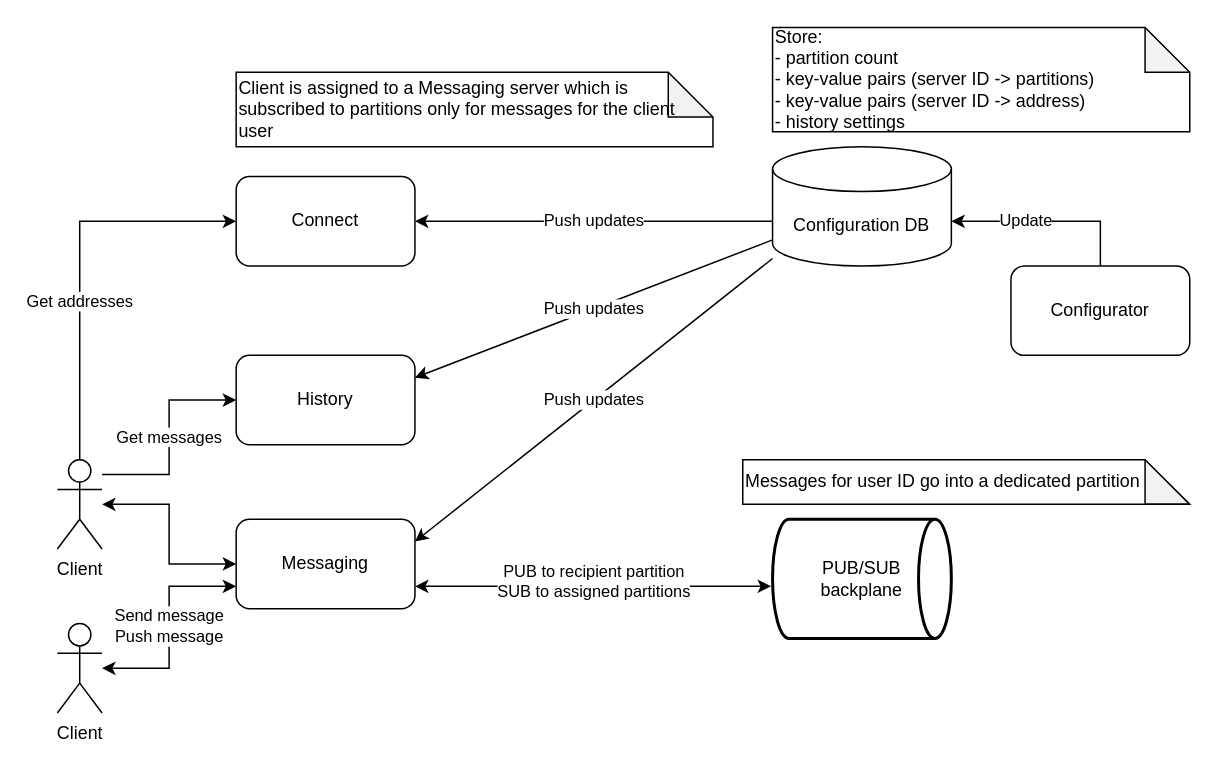
Above: docs/diagrams/cecochat-05-configuration.drawio in cvetomir-todorov/CecoChat (draw.io), before the change. Source tidied: cells renumbered, new cells numbered last; positions are measured from the earlier drawing's top-left corner, leaving out a move shared by most shapes. Both pictures are drawn from the tidied source at 149%, with x=0, y=0 at pixel (57, 27).
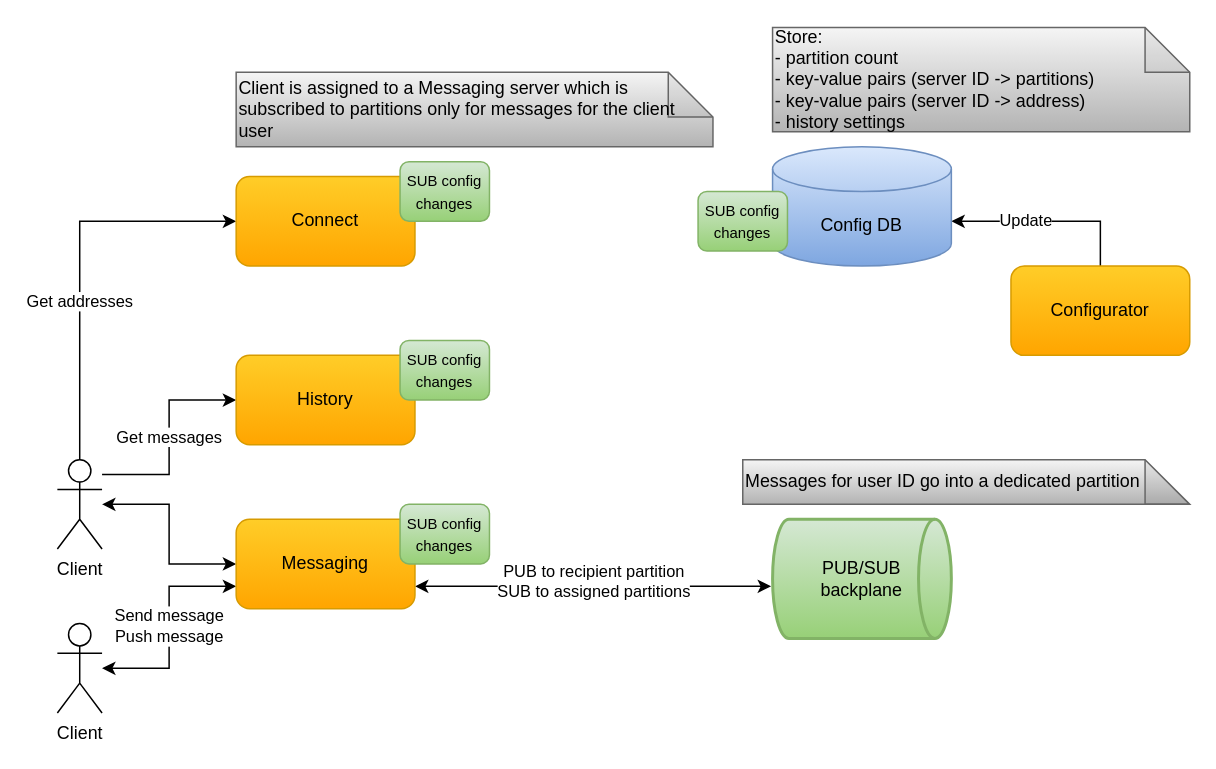
After the change.

What changed in the source:
```diff
@@
-    <mxCell id="9" value="&lt;font style=&quot;font-size: 12px&quot;&gt;Messaging&lt;/font&gt;" style="rounded=1;whiteSpace=wrap;html=1;" parent="1" vertex="1">
+    <mxCell id="9" value="&lt;font style=&quot;font-size: 12px&quot;&gt;Messaging&lt;/font&gt;" style="rounded=1;whiteSpace=wrap;html=1;gradientColor=#ffa500;fillColor=#ffcd28;strokeColor=#d79b00;" parent="1" vertex="1">
       <mxGeometry x="120" y="330" width="120" height="60" as="geometry" />
     </mxCell>
-    <mxCell id="10" value="PUB/SUB&lt;br&gt;backplane" style="strokeWidth=2;html=1;shape=mxgraph.flowchart.direct_data;whiteSpace=wrap;" parent="1" vertex="1">
+    <mxCell id="10" value="PUB/SUB&lt;br&gt;backplane" style="strokeWidth=2;html=1;shape=mxgraph.flowchart.direct_data;whiteSpace=wrap;gradientColor=#97d077;fillColor=#d5e8d4;strokeColor=#82b366;" parent="1" vertex="1">
       <mxGeometry x="480" y="330" width="120" height="80" as="geometry" />
     </mxCell>
-    <mxCell id="11" value="Push updates" style="edgeStyle=orthogonalEdgeStyle;rounded=0;jettySize=auto;html=1;entryX=0;entryY=0.5;entryDx=0;entryDy=0;entryPerimeter=0;exitX=1;exitY=0.5;exitDx=0;exitDy=0;startArrow=classic;startFill=1;endArrow=none;endFill=0;" parent="1" edge="1" source="12">
-      <mxGeometry relative="1" as="geometry">
-        <mxPoint x="480" y="130" as="targetPoint" />
-        <Array as="points">
-          <mxPoint x="360" y="130" />
-          <mxPoint x="360" y="130" />
-        </Array>
-      </mxGeometry>
-    </mxCell>
-    <mxCell id="12" value="&lt;font style=&quot;font-size: 12px&quot;&gt;Connect&lt;/font&gt;" style="rounded=1;whiteSpace=wrap;html=1;" parent="1" vertex="1">
+    <mxCell id="12" value="&lt;font style=&quot;font-size: 12px&quot;&gt;Connect&lt;/font&gt;" style="rounded=1;whiteSpace=wrap;html=1;gradientColor=#ffa500;fillColor=#ffcd28;strokeColor=#d79b00;" parent="1" vertex="1">
       <mxGeometry x="120" y="100" width="120" height="60" as="geometry" />
     </mxCell>
@@
-    <mxCell id="14" value="Configurator" style="rounded=1;whiteSpace=wrap;html=1;" parent="1" vertex="1">
+    <mxCell id="14" value="Configurator" style="rounded=1;whiteSpace=wrap;html=1;gradientColor=#ffa500;fillColor=#ffcd28;strokeColor=#d79b00;" parent="1" vertex="1">
       <mxGeometry x="640" y="160" width="120" height="60" as="geometry" />
     </mxCell>
-    <mxCell id="15" value="Push updates" style="endArrow=classic;html=1;exitX=0;exitY=1;exitDx=0;exitDy=-15;entryX=1;entryY=0.25;entryDx=0;entryDy=0;exitPerimeter=0;" parent="1" edge="1" target="9">
-      <mxGeometry relative="1" as="geometry">
-        <mxPoint x="480" y="155" as="sourcePoint" />
-      </mxGeometry>
-    </mxCell>
-    <mxCell id="16" value="Configuration DB" style="shape=cylinder3;whiteSpace=wrap;html=1;boundedLbl=1;backgroundOutline=1;size=15;" parent="1" vertex="1">
+    <mxCell id="16" value="Config DB" style="shape=cylinder3;whiteSpace=wrap;html=1;boundedLbl=1;backgroundOutline=1;size=15;gradientColor=#7ea6e0;fillColor=#dae8fc;strokeColor=#6c8ebf;" parent="1" vertex="1">
       <mxGeometry x="480" y="80" width="120" height="80" as="geometry" />
     </mxCell>
-    <mxCell id="17" value="Messages for user ID go into a dedicated partition" style="shape=note;whiteSpace=wrap;html=1;backgroundOutline=1;darkOpacity=0.05;align=left;" parent="1" vertex="1">
+    <mxCell id="17" value="Messages for user ID go into a dedicated partition" style="shape=note;whiteSpace=wrap;html=1;backgroundOutline=1;darkOpacity=0.05;align=left;gradientColor=#b3b3b3;fillColor=#f5f5f5;strokeColor=#666666;" parent="1" vertex="1">
       <mxGeometry x="460" y="290" width="300" height="30" as="geometry" />
     </mxCell>
-    <mxCell id="18" value="Store:&lt;br&gt;- partition count&lt;br&gt;- key-value pairs&amp;nbsp;(server ID -&amp;gt; partitions)&lt;br&gt;- key-value pairs&amp;nbsp;(server ID -&amp;gt; address)&lt;br&gt;- history settings" style="shape=note;whiteSpace=wrap;html=1;backgroundOutline=1;darkOpacity=0.05;align=left;" parent="1" vertex="1">
+    <mxCell id="18" value="Store:&lt;br&gt;- partition count&lt;br&gt;- key-value pairs&amp;nbsp;(server ID -&amp;gt; partitions)&lt;br&gt;- key-value pairs&amp;nbsp;(server ID -&amp;gt; address)&lt;br&gt;- history settings" style="shape=note;whiteSpace=wrap;html=1;backgroundOutline=1;darkOpacity=0.05;align=left;gradientColor=#b3b3b3;fillColor=#f5f5f5;strokeColor=#666666;" parent="1" vertex="1">
       <mxGeometry x="480" width="280" height="70" as="geometry" />
     </mxCell>
-    <mxCell id="19" value="Client is assigned to a Messaging server which is subscribed to partitions only for messages for the client user" style="shape=note;whiteSpace=wrap;html=1;backgroundOutline=1;darkOpacity=0.05;align=left;" parent="1" vertex="1">
+    <mxCell id="19" value="Client is assigned to a Messaging server which is subscribed to partitions only for messages for the client user" style="shape=note;whiteSpace=wrap;html=1;backgroundOutline=1;darkOpacity=0.05;align=left;gradientColor=#b3b3b3;fillColor=#f5f5f5;strokeColor=#666666;" parent="1" vertex="1">
       <mxGeometry x="120" y="30" width="320" height="50" as="geometry" />
     </mxCell>
-    <mxCell id="20" value="&lt;font style=&quot;font-size: 12px&quot;&gt;History&lt;/font&gt;" style="rounded=1;whiteSpace=wrap;html=1;" parent="1" vertex="1">
+    <mxCell id="20" value="&lt;font style=&quot;font-size: 12px&quot;&gt;History&lt;/font&gt;" style="rounded=1;whiteSpace=wrap;html=1;gradientColor=#ffa500;fillColor=#ffcd28;strokeColor=#d79b00;" parent="1" vertex="1">
       <mxGeometry x="120" y="220" width="120" height="60" as="geometry" />
     </mxCell>
-    <mxCell id="21" value="Push updates" style="endArrow=classic;html=1;exitX=0;exitY=0;exitDx=0;exitDy=52.5;entryX=1;entryY=0.25;entryDx=0;entryDy=0;exitPerimeter=0;" parent="1" edge="1" target="20">
-      <mxGeometry relative="1" as="geometry">
-        <mxPoint x="480" y="142.5" as="sourcePoint" />
-      </mxGeometry>
-    </mxCell>
+    <mxCell id="22" value="&lt;font style=&quot;font-size: 10px&quot;&gt;SUB config&lt;br&gt;changes&lt;/font&gt;" style="rounded=1;whiteSpace=wrap;html=1;gradientColor=#97d077;fillColor=#d5e8d4;strokeColor=#82b366;" parent="1" vertex="1">
+      <mxGeometry x="230" y="90" width="60" height="40" as="geometry" />
+    </mxCell>
+    <mxCell id="23" value="&lt;font style=&quot;font-size: 10px&quot;&gt;SUB config&lt;br&gt;changes&lt;/font&gt;" style="rounded=1;whiteSpace=wrap;html=1;gradientColor=#97d077;fillColor=#d5e8d4;strokeColor=#82b366;" parent="1" vertex="1">
+      <mxGeometry x="230" y="210" width="60" height="40" as="geometry" />
+    </mxCell>
+    <mxCell id="24" value="&lt;font style=&quot;font-size: 10px&quot;&gt;SUB config&lt;br&gt;changes&lt;/font&gt;" style="rounded=1;whiteSpace=wrap;html=1;gradientColor=#97d077;fillColor=#d5e8d4;strokeColor=#82b366;" parent="1" vertex="1">
+      <mxGeometry x="230" y="320" width="60" height="40" as="geometry" />
+    </mxCell>
+    <mxCell id="25" value="&lt;font style=&quot;font-size: 10px&quot;&gt;SUB config&lt;br&gt;changes&lt;/font&gt;" style="rounded=1;whiteSpace=wrap;html=1;gradientColor=#97d077;fillColor=#d5e8d4;strokeColor=#82b366;" parent="1" vertex="1">
+      <mxGeometry x="430" y="110" width="60" height="40" as="geometry" />
+    </mxCell>
```
